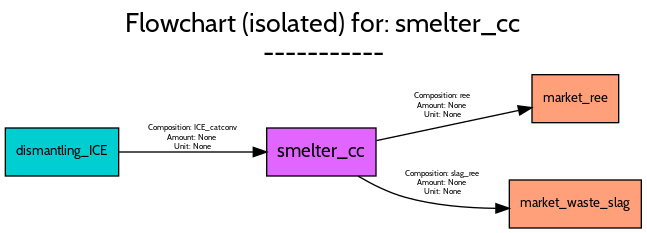
This is src/examples/ELV/figures/flowcharts/processes/png/smelter_cc.png from FutuRaM-Project/Recovery-Model, a Graphviz export, as it was before one commit. Its source is kept beside it as src/examples/ELV/figures/flowcharts/processes/dot/smelter_cc.dot. Source of this version:
```dot
digraph {
	graph [bb="0,0,477,167",
		font=Cabin,
		fontname=Cabin,
		fontsize=20,
		label="Flowchart (isolated) for: smelter_cc
-----------",
		labeljust=c,
		labelloc=tc,
		lheight=0.61,
		lp="238.5,141",
		lwidth=4.12,
		nodesep=0.6,
		rankdir=LR,
		ranksep=0.6
	];
	node [label="\N"];
	smelter_cc	[fillcolor=mediumorchid1,
		fontname=Cabin,
		fontsize=14,
		height=0.5,
		pos="237,57",
		shape=box,
		style=filled,
		width=1.1389];
	market_ree	[fillcolor=lightsalmon1,
		fontname=Cabin,
		fontsize=10,
		height=0.5,
		pos="427.5,97",
		shape=box,
		style=filled,
		width=0.90278];
	smelter_cc -> market_ree	[color=black,
		fontname=Cabin,
		fontsize=6,
		label="Composition: ree
Amount: None
Unit: None",
		lp="328,91.5",
		pos="e,394.85,90.285 278.44,65.581 309.87,72.251 353.31,81.469 385.01,88.195"];
	market_waste_slag	[fillcolor=lightsalmon1,
		fontname=Cabin,
		fontsize=10,
		height=0.5,
		pos="427.5,18",
		shape=box,
		style=filled,
		width=1.375];
	smelter_cc -> market_waste_slag	[color=black,
		fontname=Cabin,
		fontsize=6,
		label="Composition: slag_ree
Amount: None
Unit: None",
		lp="328,33.5",
		pos="e,377.94,14.753 264.6,38.884 275.16,32.663 287.7,26.412 300,23 321.67,16.991 346.22,14.986 367.89,14.744"];
	dismantling_ICE	[fillcolor=darkturquoise,
		fontname=Cabin,
		fontsize=10,
		height=0.5,
		pos="42.5,57",
		shape=box,
		style=filled,
		width=1.1806];
	dismantling_ICE -> smelter_cc	[color=black,
		fontname=Cabin,
		fontsize=6,
		label="Composition: ICE_catconv
Amount: None
Unit: None",
		lp="140.5,67.5",
		pos="e,195.96,57 85.27,57 114.78,57 154.47,57 185.71,57"];
}
```
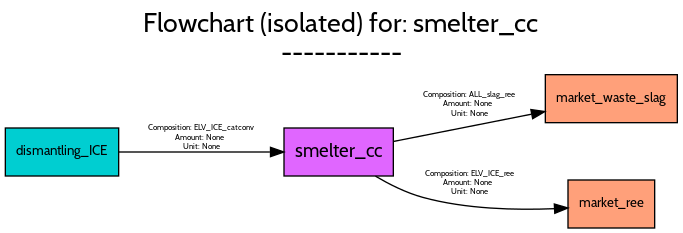
The same file after the commit.

Change to the diagram source:
```diff
@@ -1,5 +1,5 @@
 digraph {
-	graph [bb="0,0,477,167",
+	graph [bb="0,0,504,167",
 		font=Cabin,
 		fontname=Cabin,
 		fontsize=20,
@@ -8,7 +8,7 @@
 		labeljust=c,
 		labelloc=tc,
 		lheight=0.61,
-		lp="238.5,141",
+		lp="252,141",
 		lwidth=4.12,
 		nodesep=0.6,
 		rankdir=LR,
@@ -19,42 +19,42 @@
 		fontname=Cabin,
 		fontsize=14,
 		height=0.5,
-		pos="237,57",
+		pos="250,57",
 		shape=box,
 		style=filled,
 		width=1.1389];
+	market_waste_slag	[fillcolor=lightsalmon1,
+		fontname=Cabin,
+		fontsize=10,
+		height=0.5,
+		pos="454.5,97",
+		shape=box,
+		style=filled,
+		width=1.375];
+	smelter_cc -> market_waste_slag	[color=black,
+		fontname=Cabin,
+		fontsize=6,
+		label="Composition: ALL_slag_ree
+Amount: None
+Unit: None",
+		lp="348,92.5",
+		pos="e,404.64,87.348 291.01,64.903 320.57,70.742 361.29,78.785 394.57,85.359"];
 	market_ree	[fillcolor=lightsalmon1,
 		fontname=Cabin,
 		fontsize=10,
 		height=0.5,
-		pos="427.5,97",
+		pos="454.5,18",
 		shape=box,
 		style=filled,
 		width=0.90278];
 	smelter_cc -> market_ree	[color=black,
 		fontname=Cabin,
 		fontsize=6,
-		label="Composition: ree
+		label="Composition: ELV_ICE_ree
 Amount: None
 Unit: None",
-		lp="328,91.5",
-		pos="e,394.85,90.285 278.44,65.581 309.87,72.251 353.31,81.469 385.01,88.195"];
-	market_waste_slag	[fillcolor=lightsalmon1,
-		fontname=Cabin,
-		fontsize=10,
-		height=0.5,
-		pos="427.5,18",
-		shape=box,
-		style=filled,
-		width=1.375];
-	smelter_cc -> market_waste_slag	[color=black,
-		fontname=Cabin,
-		fontsize=6,
-		label="Composition: slag_ree
-Amount: None
-Unit: None",
-		lp="328,33.5",
-		pos="e,377.94,14.753 264.6,38.884 275.16,32.663 287.7,26.412 300,23 321.67,16.991 346.22,14.986 367.89,14.744"];
+		lp="348,33.5",
+		pos="e,421.9,15.015 277.6,38.858 288.15,32.635 300.69,26.388 313,23 345.24,14.126 383.21,13.318 411.54,14.484"];
 	dismantling_ICE	[fillcolor=darkturquoise,
 		fontname=Cabin,
 		fontsize=10,
@@ -66,9 +66,9 @@
 	dismantling_ICE -> smelter_cc	[color=black,
 		fontname=Cabin,
 		fontsize=6,
-		label="Composition: ICE_catconv
+		label="Composition: ELV_ICE_catconv
 Amount: None
 Unit: None",
-		lp="140.5,67.5",
-		pos="e,195.96,57 85.27,57 114.78,57 154.47,57 185.71,57"];
+		lp="147,67.5",
+		pos="e,208.87,57 85.086,57 117.82,57 163.58,57 198.43,57"];
 }
```
